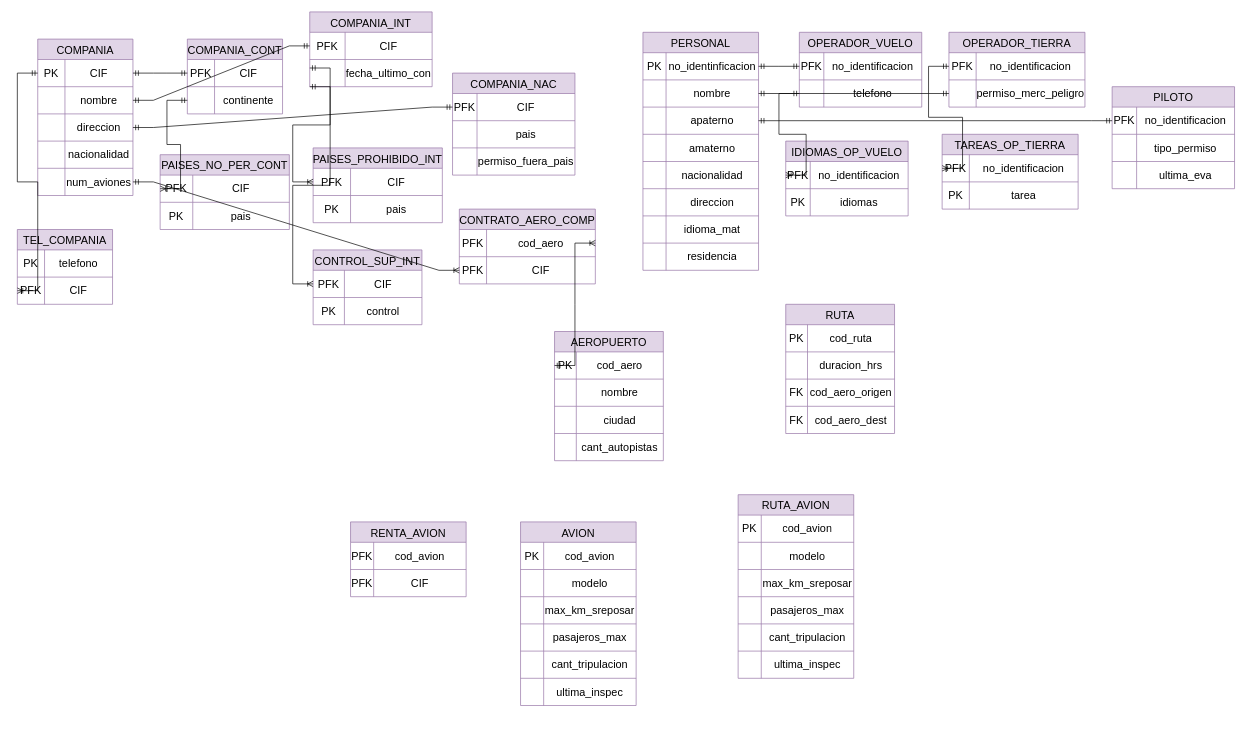
The draw.io diagram Modelo Relacion Aeropuerto TBD.drawio in misiomishi/itcj, before the edit. Source tidied: cells renumbered, new cells numbered last; positions are measured from the earlier drawing's top-left corner, leaving out a move shared by most shapes. Both pictures are drawn from the tidied source at 68%, with x=0, y=0 at pixel (17, 12).
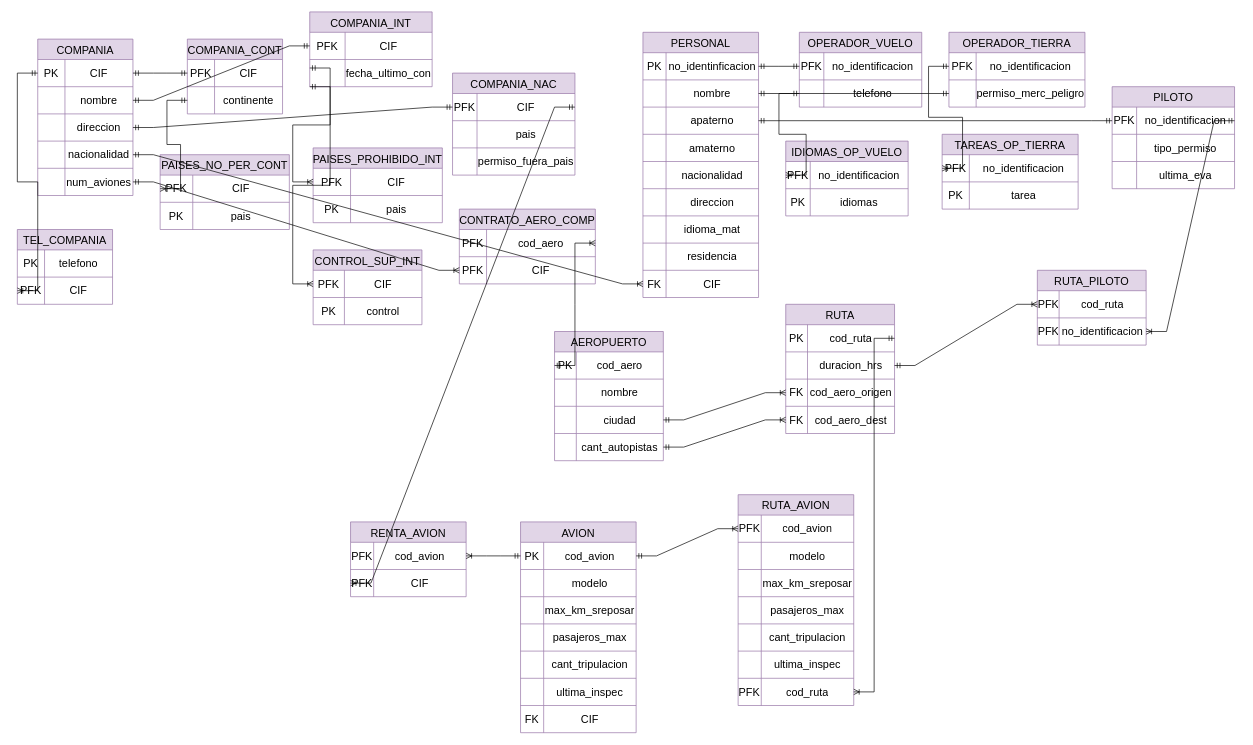
After the change.

Unchanged cells that the change refers to:
```xml
<mxCell id="12" style="shape=tableRow;horizontal=0;startSize=0;swimlaneHead=0;swimlaneBody=0;strokeColor=inherit;top=0;left=0;bottom=0;right=0;fillColor=none;points=[[0,0.5],[1,0.5]];portConstraint=eastwest;fontSize=16;" parent="2" vertex="1">
  <mxGeometry y="150" width="140" height="40" as="geometry" />
</mxCell>
<mxCell id="61" style="shape=tableRow;horizontal=0;startSize=0;swimlaneHead=0;swimlaneBody=0;strokeColor=inherit;top=0;left=0;bottom=0;right=0;fillColor=none;points=[[0,0.5],[1,0.5]];portConstraint=eastwest;fontSize=16;" parent="60" vertex="1">
  <mxGeometry y="30" width="180" height="40" as="geometry" />
</mxCell>
<mxCell id="124" style="shape=tableRow;horizontal=0;startSize=0;swimlaneHead=0;swimlaneBody=0;strokeColor=inherit;top=0;left=0;bottom=0;right=0;fillColor=none;points=[[0,0.5],[1,0.5]];portConstraint=eastwest;fontSize=16;" parent="123" vertex="1">
  <mxGeometry y="30" width="180" height="40" as="geometry" />
</mxCell>
<mxCell id="140" style="shape=tableRow;horizontal=0;startSize=0;swimlaneHead=0;swimlaneBody=0;strokeColor=inherit;top=0;left=0;bottom=0;right=0;fillColor=none;points=[[0,0.5],[1,0.5]];portConstraint=eastwest;fontSize=16;" parent="133" vertex="1">
  <mxGeometry y="110" width="160" height="40" as="geometry" />
</mxCell>
<mxCell id="143" style="shape=tableRow;horizontal=0;startSize=0;swimlaneHead=0;swimlaneBody=0;strokeColor=inherit;top=0;left=0;bottom=0;right=0;fillColor=none;points=[[0,0.5],[1,0.5]];portConstraint=eastwest;fontSize=16;" parent="133" vertex="1">
  <mxGeometry y="150" width="160" height="40" as="geometry" />
</mxCell>
<mxCell id="147" style="shape=tableRow;horizontal=0;startSize=0;swimlaneHead=0;swimlaneBody=0;strokeColor=inherit;top=0;left=0;bottom=0;right=0;fillColor=none;points=[[0,0.5],[1,0.5]];portConstraint=eastwest;fontSize=16;" parent="146" vertex="1">
  <mxGeometry y="30" width="170" height="40" as="geometry" />
</mxCell>
<mxCell id="166" style="shape=tableRow;horizontal=0;startSize=0;swimlaneHead=0;swimlaneBody=0;strokeColor=inherit;top=0;left=0;bottom=0;right=0;fillColor=none;points=[[0,0.5],[1,0.5]];portConstraint=eastwest;fontSize=16;" parent="165" vertex="1">
  <mxGeometry y="30" width="160" height="40" as="geometry" />
</mxCell>
<mxCell id="169" style="shape=tableRow;horizontal=0;startSize=0;swimlaneHead=0;swimlaneBody=0;strokeColor=inherit;top=0;left=0;bottom=0;right=0;fillColor=none;points=[[0,0.5],[1,0.5]];portConstraint=eastwest;fontSize=16;" parent="165" vertex="1">
  <mxGeometry y="70" width="160" height="40" as="geometry" />
</mxCell>
<mxCell id="172" style="shape=tableRow;horizontal=0;startSize=0;swimlaneHead=0;swimlaneBody=0;strokeColor=inherit;top=0;left=0;bottom=0;right=0;fillColor=none;points=[[0,0.5],[1,0.5]];portConstraint=eastwest;fontSize=16;" parent="165" vertex="1">
  <mxGeometry y="110" width="160" height="40" as="geometry" />
</mxCell>
<mxCell id="175" style="shape=tableRow;horizontal=0;startSize=0;swimlaneHead=0;swimlaneBody=0;strokeColor=inherit;top=0;left=0;bottom=0;right=0;fillColor=none;points=[[0,0.5],[1,0.5]];portConstraint=eastwest;fontSize=16;" parent="165" vertex="1">
  <mxGeometry y="150" width="160" height="40" as="geometry" />
</mxCell>
<mxCell id="200" style="shape=tableRow;horizontal=0;startSize=0;swimlaneHead=0;swimlaneBody=0;strokeColor=inherit;top=0;left=0;bottom=0;right=0;fillColor=none;points=[[0,0.5],[1,0.5]];portConstraint=eastwest;fontSize=16;" parent="199" vertex="1">
  <mxGeometry y="30" width="170" height="40" as="geometry" />
</mxCell>
<mxCell id="203" style="shape=tableRow;horizontal=0;startSize=0;swimlaneHead=0;swimlaneBody=0;strokeColor=inherit;top=0;left=0;bottom=0;right=0;fillColor=none;points=[[0,0.5],[1,0.5]];portConstraint=eastwest;fontSize=16;" parent="199" vertex="1">
  <mxGeometry y="70" width="170" height="40" as="geometry" />
</mxCell>
<mxCell id="207" style="shape=tableRow;horizontal=0;startSize=0;swimlaneHead=0;swimlaneBody=0;strokeColor=inherit;top=0;left=0;bottom=0;right=0;fillColor=none;points=[[0,0.5],[1,0.5]];portConstraint=eastwest;fontSize=16;" parent="206" vertex="1">
  <mxGeometry y="30" width="170" height="40" as="geometry" />
</mxCell>
```

The edit, as a diff of the source:
```diff
@@
     <mxCell id="70" value="PERSONAL" style="shape=table;startSize=30;childLayout=tableLayout;strokeColor=#9673a6;fontSize=16;fillColor=#e1d5e7;" parent="1" vertex="1">
-      <mxGeometry x="920" y="30" width="170" height="350" as="geometry" />
+      <mxGeometry x="920" y="30" width="170" height="390" as="geometry" />
     </mxCell>
@@
+    <mxCell id="225" style="shape=tableRow;horizontal=0;startSize=0;swimlaneHead=0;swimlaneBody=0;strokeColor=inherit;top=0;left=0;bottom=0;right=0;fillColor=none;points=[[0,0.5],[1,0.5]];portConstraint=eastwest;fontSize=16;" parent="70" vertex="1">
+      <mxGeometry y="350" width="170" height="40" as="geometry" />
+    </mxCell>
+    <mxCell id="226" value="FK" style="shape=partialRectangle;html=1;whiteSpace=wrap;strokeColor=inherit;overflow=hidden;fillColor=none;top=0;left=0;bottom=0;right=0;fontSize=16;" parent="225" vertex="1">
+      <mxGeometry width="34" height="40" as="geometry" />
+    </mxCell>
+    <mxCell id="227" value="CIF" style="shape=partialRectangle;html=1;whiteSpace=wrap;strokeColor=inherit;overflow=hidden;fillColor=none;top=0;left=0;bottom=0;right=0;fontSize=16;" parent="225" vertex="1">
+      <mxGeometry x="34" width="136" height="40" as="geometry" />
+    </mxCell>
@@
     <mxCell id="146" value="AVION" style="shape=table;startSize=30;childLayout=tableLayout;strokeColor=#9673a6;fontSize=16;fillColor=#e1d5e7;" parent="1" vertex="1">
-      <mxGeometry x="740" y="750" width="170" height="270" as="geometry" />
+      <mxGeometry x="740" y="750" width="170" height="310" as="geometry" />
     </mxCell>
@@
+    <mxCell id="228" style="shape=tableRow;horizontal=0;startSize=0;swimlaneHead=0;swimlaneBody=0;strokeColor=inherit;top=0;left=0;bottom=0;right=0;fillColor=none;fontSize=16;" parent="146" vertex="1">
+      <mxGeometry y="270" width="170" height="40" as="geometry" />
+    </mxCell>
+    <mxCell id="229" value="FK" style="shape=partialRectangle;html=1;whiteSpace=wrap;strokeColor=inherit;overflow=hidden;fillColor=none;top=0;left=0;bottom=0;right=0;fontSize=16;" parent="228" vertex="1">
+      <mxGeometry width="34" height="40" as="geometry" />
+    </mxCell>
+    <mxCell id="230" value="CIF" style="shape=partialRectangle;html=1;whiteSpace=wrap;strokeColor=inherit;overflow=hidden;fillColor=none;top=0;left=0;bottom=0;right=0;fontSize=16;" parent="228" vertex="1">
+      <mxGeometry x="34" width="136" height="40" as="geometry" />
+    </mxCell>
@@
     <mxCell id="206" value="RUTA_AVION" style="shape=table;startSize=30;childLayout=tableLayout;strokeColor=#9673a6;fontSize=16;fillColor=#e1d5e7;" parent="1" vertex="1">
-      <mxGeometry x="1060" y="710" width="170" height="270" as="geometry" />
+      <mxGeometry x="1060" y="710" width="170" height="310" as="geometry" />
     </mxCell>
@@
-    <mxCell id="208" value="PK" style="shape=partialRectangle;html=1;whiteSpace=wrap;strokeColor=inherit;overflow=hidden;fillColor=none;top=0;left=0;bottom=0;right=0;fontSize=16;" parent="207" vertex="1">
+    <mxCell id="208" value="PFK" style="shape=partialRectangle;html=1;whiteSpace=wrap;strokeColor=inherit;overflow=hidden;fillColor=none;top=0;left=0;bottom=0;right=0;fontSize=16;" parent="207" vertex="1">
       <mxGeometry width="34" height="40" as="geometry" />
     </mxCell>
@@
+    <mxCell id="231" style="shape=tableRow;horizontal=0;startSize=0;swimlaneHead=0;swimlaneBody=0;strokeColor=inherit;top=0;left=0;bottom=0;right=0;fillColor=none;points=[[0,0.5],[1,0.5]];portConstraint=eastwest;fontSize=16;" parent="206" vertex="1">
+      <mxGeometry y="270" width="170" height="40" as="geometry" />
+    </mxCell>
+    <mxCell id="232" value="PFK&lt;span style=&quot;white-space: pre;&quot;&gt;&#9;&lt;/span&gt;" style="shape=partialRectangle;html=1;whiteSpace=wrap;strokeColor=inherit;overflow=hidden;fillColor=none;top=0;left=0;bottom=0;right=0;fontSize=16;" parent="231" vertex="1">
+      <mxGeometry width="34" height="40" as="geometry" />
+    </mxCell>
+    <mxCell id="233" value="cod_ruta" style="shape=partialRectangle;html=1;whiteSpace=wrap;strokeColor=inherit;overflow=hidden;fillColor=none;top=0;left=0;bottom=0;right=0;fontSize=16;" parent="231" vertex="1">
+      <mxGeometry x="34" width="136" height="40" as="geometry" />
+    </mxCell>
+    <mxCell id="234" value="RUTA_PILOTO" style="shape=table;startSize=30;childLayout=tableLayout;strokeColor=#9673a6;fontSize=16;fillColor=#e1d5e7;" parent="1" vertex="1">
+      <mxGeometry x="1500" y="380" width="160" height="110" as="geometry" />
+    </mxCell>
+    <mxCell id="235" style="shape=tableRow;horizontal=0;startSize=0;swimlaneHead=0;swimlaneBody=0;strokeColor=inherit;top=0;left=0;bottom=0;right=0;fillColor=none;points=[[0,0.5],[1,0.5]];portConstraint=eastwest;fontSize=16;" parent="234" vertex="1">
+      <mxGeometry y="30" width="160" height="40" as="geometry" />
+    </mxCell>
+    <mxCell id="236" value="PFK" style="shape=partialRectangle;html=1;whiteSpace=wrap;strokeColor=inherit;overflow=hidden;fillColor=none;top=0;left=0;bottom=0;right=0;fontSize=16;" parent="235" vertex="1">
+      <mxGeometry width="32" height="40" as="geometry" />
+    </mxCell>
+    <mxCell id="237" value="cod_ruta" style="shape=partialRectangle;html=1;whiteSpace=wrap;strokeColor=inherit;overflow=hidden;fillColor=none;top=0;left=0;bottom=0;right=0;fontSize=16;" parent="235" vertex="1">
+      <mxGeometry x="32" width="128" height="40" as="geometry" />
+    </mxCell>
+    <mxCell id="238" style="shape=tableRow;horizontal=0;startSize=0;swimlaneHead=0;swimlaneBody=0;strokeColor=inherit;top=0;left=0;bottom=0;right=0;fillColor=none;points=[[0,0.5],[1,0.5]];portConstraint=eastwest;fontSize=16;" parent="234" vertex="1">
+      <mxGeometry y="70" width="160" height="40" as="geometry" />
+    </mxCell>
+    <mxCell id="239" value="PFK" style="shape=partialRectangle;html=1;whiteSpace=wrap;strokeColor=inherit;overflow=hidden;fillColor=none;top=0;left=0;bottom=0;right=0;fontSize=16;" parent="238" vertex="1">
+      <mxGeometry width="32" height="40" as="geometry" />
+    </mxCell>
+    <mxCell id="240" value="no_identificacion" style="shape=partialRectangle;html=1;whiteSpace=wrap;strokeColor=inherit;overflow=hidden;fillColor=none;top=0;left=0;bottom=0;right=0;fontSize=16;" parent="238" vertex="1">
+      <mxGeometry x="32" width="128" height="40" as="geometry" />
+    </mxCell>
+    <mxCell id="241" style="edgeStyle=entityRelationEdgeStyle;fontSize=12;html=1;endArrow=ERoneToMany;startArrow=ERmandOne;rounded=0;exitX=1;exitY=0.5;exitDx=0;exitDy=0;entryX=0;entryY=0.5;entryDx=0;entryDy=0;" parent="1" edge="1" source="140" target="172">
+      <mxGeometry relative="1" as="geometry" />
+    </mxCell>
+    <mxCell id="242" style="edgeStyle=entityRelationEdgeStyle;fontSize=12;html=1;endArrow=ERoneToMany;startArrow=ERmandOne;rounded=0;exitX=1;exitY=0.5;exitDx=0;exitDy=0;entryX=0;entryY=0.5;entryDx=0;entryDy=0;" parent="1" edge="1" source="143" target="175">
+      <mxGeometry relative="1" as="geometry" />
+    </mxCell>
+    <mxCell id="243" style="edgeStyle=entityRelationEdgeStyle;fontSize=12;html=1;endArrow=ERoneToMany;startArrow=ERmandOne;rounded=0;exitX=0;exitY=0.5;exitDx=0;exitDy=0;entryX=1;entryY=0.5;entryDx=0;entryDy=0;" parent="1" edge="1" source="147" target="200">
+      <mxGeometry relative="1" as="geometry" />
+    </mxCell>
+    <mxCell id="244" style="edgeStyle=entityRelationEdgeStyle;fontSize=12;html=1;endArrow=ERoneToMany;startArrow=ERmandOne;rounded=0;exitX=1;exitY=0.5;exitDx=0;exitDy=0;entryX=0;entryY=0.5;entryDx=0;entryDy=0;" parent="1" edge="1" source="147" target="207">
+      <mxGeometry relative="1" as="geometry" />
+    </mxCell>
+    <mxCell id="245" style="edgeStyle=entityRelationEdgeStyle;fontSize=12;html=1;endArrow=ERoneToMany;startArrow=ERmandOne;rounded=0;exitX=1;exitY=0.5;exitDx=0;exitDy=0;entryX=1;entryY=0.5;entryDx=0;entryDy=0;" parent="1" edge="1" source="166" target="231">
+      <mxGeometry relative="1" as="geometry" />
+    </mxCell>
+    <mxCell id="246" style="edgeStyle=entityRelationEdgeStyle;fontSize=12;html=1;endArrow=ERoneToMany;startArrow=ERmandOne;rounded=0;exitX=1;exitY=0.5;exitDx=0;exitDy=0;entryX=0;entryY=0.5;entryDx=0;entryDy=0;" parent="1" edge="1" source="169" target="235">
+      <mxGeometry relative="1" as="geometry" />
+    </mxCell>
+    <mxCell id="247" style="edgeStyle=entityRelationEdgeStyle;fontSize=12;html=1;endArrow=ERoneToMany;startArrow=ERmandOne;rounded=0;exitX=1;exitY=0.5;exitDx=0;exitDy=0;entryX=1;entryY=0.5;entryDx=0;entryDy=0;" parent="1" edge="1" source="124" target="238">
+      <mxGeometry relative="1" as="geometry" />
+    </mxCell>
+    <mxCell id="248" style="edgeStyle=entityRelationEdgeStyle;fontSize=12;html=1;endArrow=ERoneToMany;startArrow=ERmandOne;rounded=0;entryX=0;entryY=0.5;entryDx=0;entryDy=0;exitX=1;exitY=0.5;exitDx=0;exitDy=0;" parent="1" edge="1" source="12" target="225">
+      <mxGeometry relative="1" as="geometry" />
+    </mxCell>
+    <mxCell id="249" style="edgeStyle=entityRelationEdgeStyle;fontSize=12;html=1;endArrow=ERoneToMany;startArrow=ERmandOne;rounded=0;exitX=1;exitY=0.5;exitDx=0;exitDy=0;entryX=0;entryY=0.5;entryDx=0;entryDy=0;" parent="1" edge="1" source="61" target="203">
+      <mxGeometry relative="1" as="geometry" />
+    </mxCell>
```
